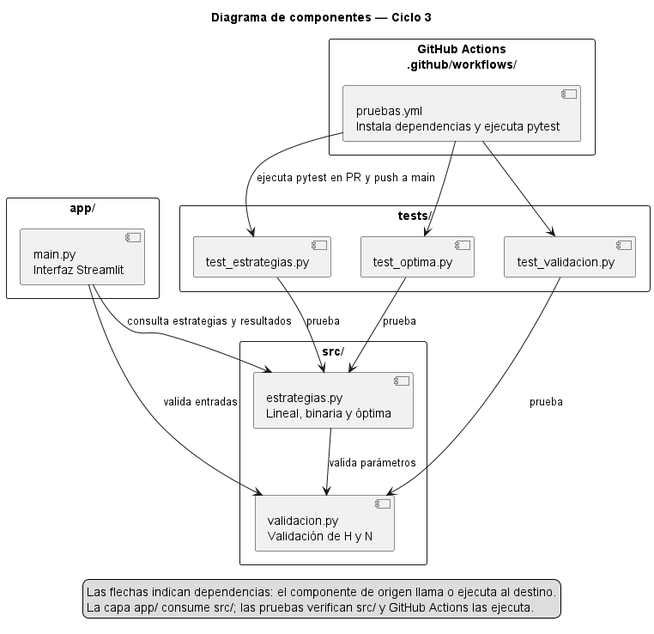
The PlantUML diagram diagramas/componentes.png in Therinbsv/Problema-huevos, before a commit.
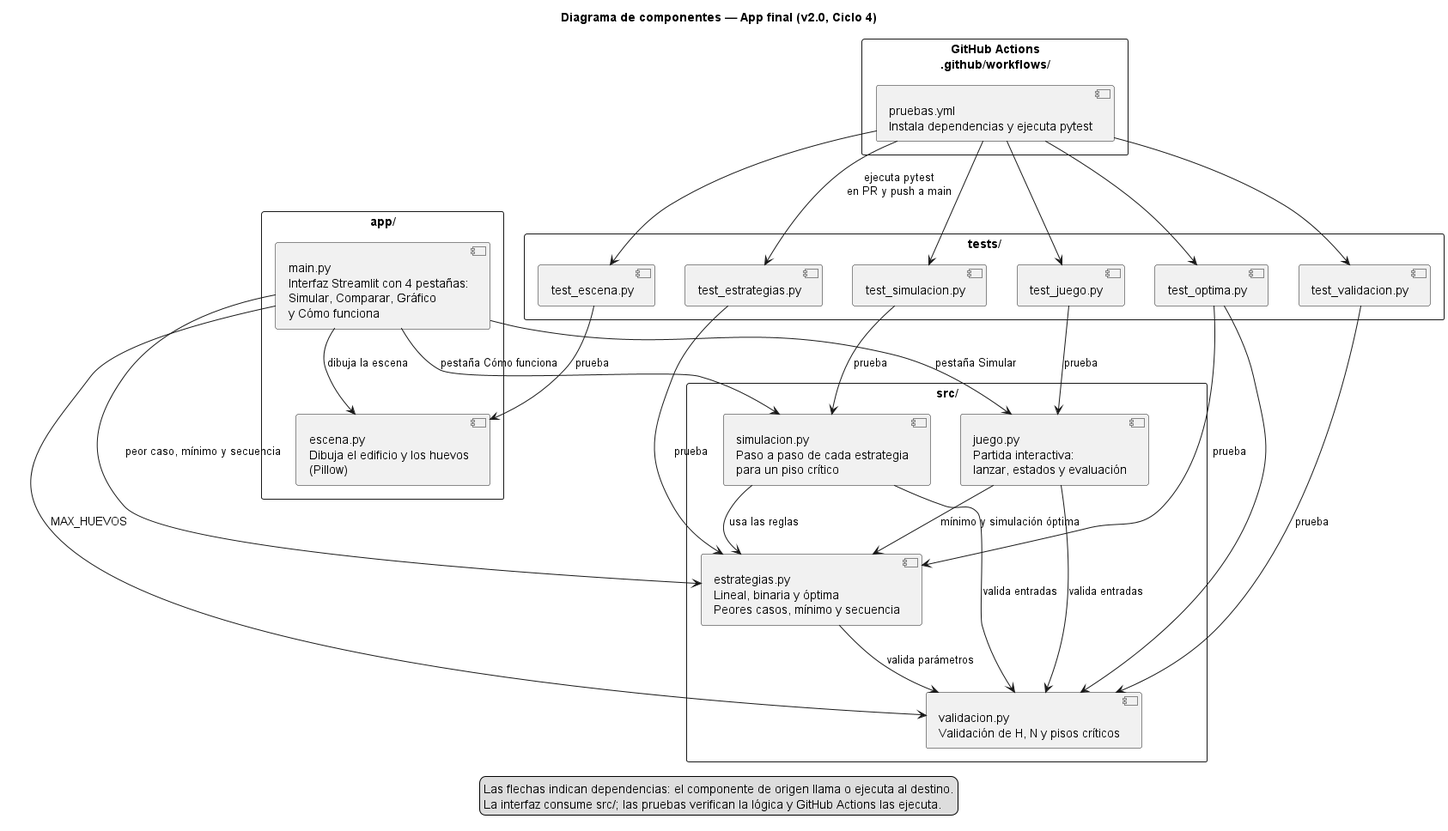
The same diagram one commit later.

Commit message:
HUEVO-30: actualiza diagramas de arquitectura final

Change to the diagram source:
```diff
@@ -1,21 +1,27 @@
 @startuml componentes
 
-title Diagrama de componentes — Ciclo 3
+title Diagrama de componentes — App final (v2.0, Ciclo 4)
 top to bottom direction
 skinparam packageStyle rectangle
 
 package "app/" {
-  component "main.py\nInterfaz Streamlit" as app
+  component "main.py\nInterfaz Streamlit con 4 pestañas:\nSimular, Comparar, Gráfico\ny Cómo funciona" as app
+  component "escena.py\nDibuja el edificio y los huevos\n(Pillow)" as escena
 }
 
 package "src/" {
-  component "estrategias.py\nLineal, binaria y óptima" as estrategias
-  component "validacion.py\nValidación de H y N" as validacion
+  component "estrategias.py\nLineal, binaria y óptima\nPeores casos, mínimo y secuencia" as estrategias
+  component "simulacion.py\nPaso a paso de cada estrategia\npara un piso crítico" as simulacion
+  component "juego.py\nPartida interactiva:\nlanzar, estados y evaluación" as juego
+  component "validacion.py\nValidación de H, N y pisos críticos" as validacion
 }
 
 package "tests/" {
   component "test_estrategias.py" as test_estrategias
   component "test_optima.py" as test_optima
+  component "test_simulacion.py" as test_simulacion
+  component "test_juego.py" as test_juego
+  component "test_escena.py" as test_escena
   component "test_validacion.py" as test_validacion
 }
 
@@ -23,20 +29,36 @@
   component "pruebas.yml\nInstala dependencias y ejecuta pytest" as acciones
 }
 
-app --> estrategias : consulta estrategias y resultados
-app --> validacion : valida entradas
+app --> escena : dibuja la escena
+app --> estrategias : peor caso, mínimo y secuencia
+app --> simulacion : pestaña Cómo funciona
+app --> juego : pestaña Simular
+app --> validacion : MAX_HUEVOS
+
+simulacion --> estrategias : usa las reglas
+simulacion --> validacion : valida entradas
+juego --> estrategias : mínimo y simulación óptima
+juego --> validacion : valida entradas
 estrategias --> validacion : valida parámetros
 
 test_estrategias --> estrategias : prueba
 test_optima --> estrategias : prueba
+test_optima --> validacion
+test_simulacion --> simulacion : prueba
+test_juego --> juego : prueba
+test_escena --> escena : prueba
 test_validacion --> validacion : prueba
-acciones --> test_estrategias : ejecuta pytest en PR y push a main
+
+acciones --> test_estrategias : ejecuta pytest\nen PR y push a main
 acciones --> test_optima
+acciones --> test_simulacion
+acciones --> test_juego
+acciones --> test_escena
 acciones --> test_validacion
 
 legend bottom
   Las flechas indican dependencias: el componente de origen llama o ejecuta al destino.
-  La capa app/ consume src/; las pruebas verifican src/ y GitHub Actions las ejecuta.
+  La interfaz consume src/; las pruebas verifican la lógica y GitHub Actions las ejecuta.
 endlegend
 
 @enduml
```
